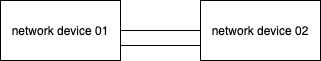
The draw.io diagram site-a.drawio.png in dsinghx/terraform-aws, before a commit. Source tidied: cells renumbered, new cells last; positions are measured from the earlier drawing's top-left corner, leaving out a move shared by most shapes. Its diagram source:
```xml
<mxGraphModel>
  <root>
    <mxCell id="0" />
    <mxCell id="1" parent="0" />
    <mxCell id="2" style="edgeStyle=orthogonalEdgeStyle;rounded=0;jettySize=auto;html=1;exitX=1;exitY=0.5;exitDx=0;exitDy=0;entryX=0;entryY=0.5;entryDx=0;entryDy=0;endArrow=none;endFill=0;" parent="1" edge="1" source="4" target="5">
      <mxGeometry relative="1" as="geometry" />
    </mxCell>
    <mxCell id="3" style="edgeStyle=orthogonalEdgeStyle;rounded=0;jettySize=auto;html=1;exitX=1;exitY=0.75;exitDx=0;exitDy=0;entryX=0;entryY=0.75;entryDx=0;entryDy=0;endArrow=none;endFill=0;" parent="1" edge="1" source="4" target="5">
      <mxGeometry relative="1" as="geometry" />
    </mxCell>
    <mxCell id="4" value="network device 01" style="rounded=0;whiteSpace=wrap;html=1;" parent="1" vertex="1">
      <mxGeometry width="120" height="60" as="geometry" />
    </mxCell>
    <mxCell id="5" value="network device 02" style="rounded=0;whiteSpace=wrap;html=1;" parent="1" vertex="1">
      <mxGeometry x="200" width="120" height="60" as="geometry" />
    </mxCell>
  </root>
</mxGraphModel>
```
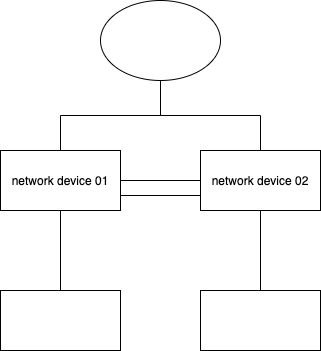
Above is the later version.

Commit message:
delete old dia file

Diff of the diagram source:
```diff
@@ -8,11 +8,32 @@
     <mxCell id="3" style="edgeStyle=orthogonalEdgeStyle;rounded=0;jettySize=auto;html=1;exitX=1;exitY=0.75;exitDx=0;exitDy=0;entryX=0;entryY=0.75;entryDx=0;entryDy=0;endArrow=none;endFill=0;" parent="1" edge="1" source="4" target="5">
       <mxGeometry relative="1" as="geometry" />
     </mxCell>
+    <mxCell id="6" style="edgeStyle=orthogonalEdgeStyle;rounded=0;jettySize=auto;html=1;endArrow=none;endFill=0;" parent="1" edge="1" source="4" target="10">
+      <mxGeometry relative="1" as="geometry" />
+    </mxCell>
+    <mxCell id="7" style="edgeStyle=orthogonalEdgeStyle;rounded=0;jettySize=auto;html=1;endArrow=none;endFill=0;" parent="1" edge="1" source="4" target="12">
+      <mxGeometry relative="1" as="geometry" />
+    </mxCell>
     <mxCell id="4" value="network device 01" style="rounded=0;whiteSpace=wrap;html=1;" parent="1" vertex="1">
       <mxGeometry width="120" height="60" as="geometry" />
     </mxCell>
+    <mxCell id="8" style="edgeStyle=orthogonalEdgeStyle;rounded=0;jettySize=auto;html=1;endArrow=none;endFill=0;" parent="1" edge="1" source="5" target="11">
+      <mxGeometry relative="1" as="geometry" />
+    </mxCell>
+    <mxCell id="9" style="edgeStyle=orthogonalEdgeStyle;rounded=0;jettySize=auto;html=1;exitX=0.5;exitY=0;exitDx=0;exitDy=0;entryX=0.5;entryY=1;entryDx=0;entryDy=0;endArrow=none;endFill=0;" parent="1" edge="1" source="5" target="12">
+      <mxGeometry relative="1" as="geometry" />
+    </mxCell>
     <mxCell id="5" value="network device 02" style="rounded=0;whiteSpace=wrap;html=1;" parent="1" vertex="1">
       <mxGeometry x="200" width="120" height="60" as="geometry" />
     </mxCell>
+    <mxCell id="10" style="whiteSpace=wrap;html=1;rounded=0;" parent="1" vertex="1">
+      <mxGeometry y="140" width="120" height="60" as="geometry" />
+    </mxCell>
+    <mxCell id="11" style="whiteSpace=wrap;html=1;rounded=0;" parent="1" vertex="1">
+      <mxGeometry x="200" y="140" width="120" height="60" as="geometry" />
+    </mxCell>
+    <mxCell id="12" style="ellipse;whiteSpace=wrap;html=1;rounded=0;" parent="1" vertex="1">
+      <mxGeometry x="100" y="-150" width="120" height="80" as="geometry" />
+    </mxCell>
   </root>
 </mxGraphModel>
```
